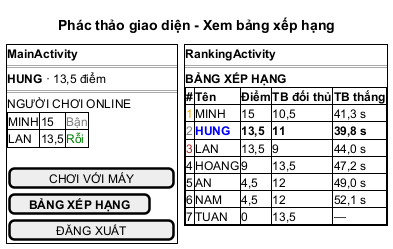
The PlantUML diagram docs/hung/giao-dien-uc04.png in HungNguyenBa1811/math-dash, before a commit.
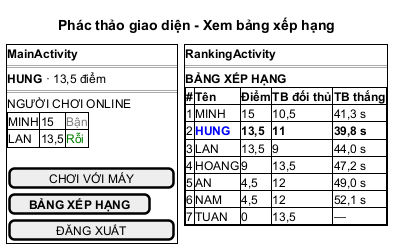
Above is the later version.

What changed in the source:
```diff
@@ -21,9 +21,9 @@
   <b>BẢNG XẾP HẠNG
   {#
   <b>#</b> | <b>Tên</b> | <b>Điểm</b> | <b>TB đối thủ</b> | <b>TB thắng</b>
-  <color:orange>1</color> | MINH | 15 | 10,5 | 41,3 s
-  <color:gray>2</color> | <b><color:blue>HUNG</color></b> | <b>13,5</b> | <b>11</b> | <b>39,8 s</b>
-  <color:brown>3</color> | LAN | 13,5 | 9 | 44,0 s
+  1 | MINH | 15 | 10,5 | 41,3 s
+  2 | <b><color:blue>HUNG</color></b> | <b>13,5</b> | <b>11</b> | <b>39,8 s</b>
+  3 | LAN | 13,5 | 9 | 44,0 s
   4 | HOANG | 9 | 13,5 | 47,2 s
   5 | AN | 4,5 | 12 | 49,0 s
   6 | NAM | 4,5 | 12 | 52,1 s
```
